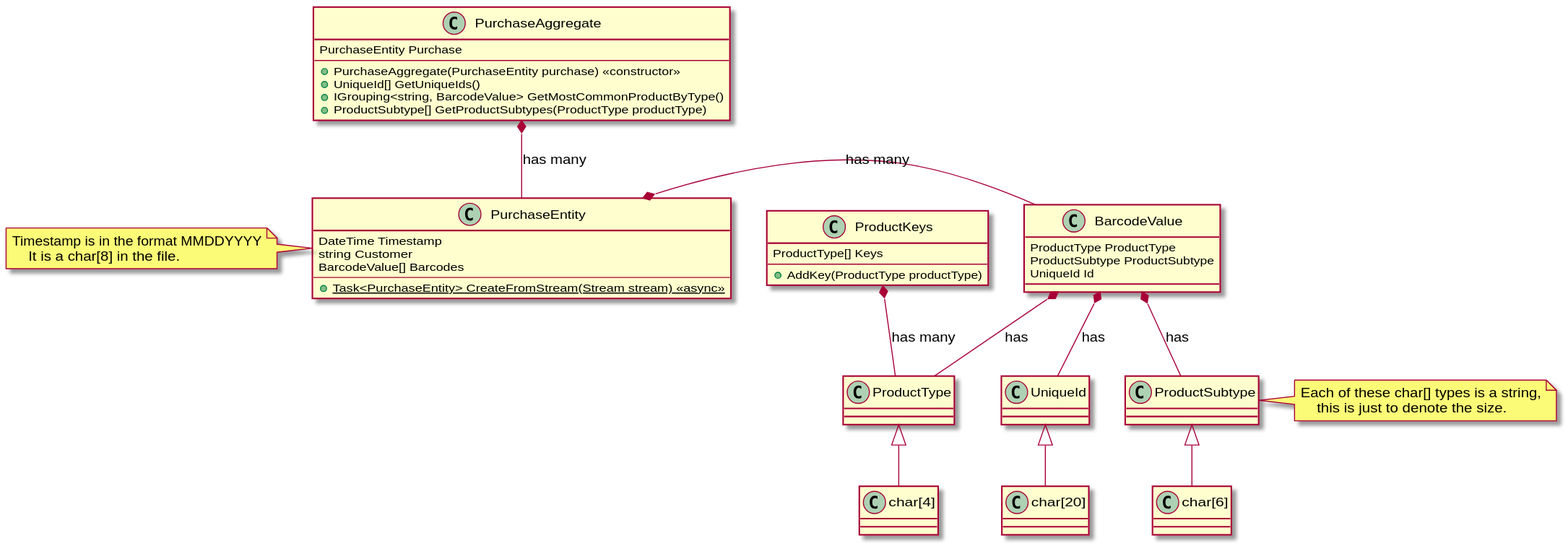
Above: docs/classStructure.svg in aholmes/2020-InterviewRound3 (PlantUML), before the change.
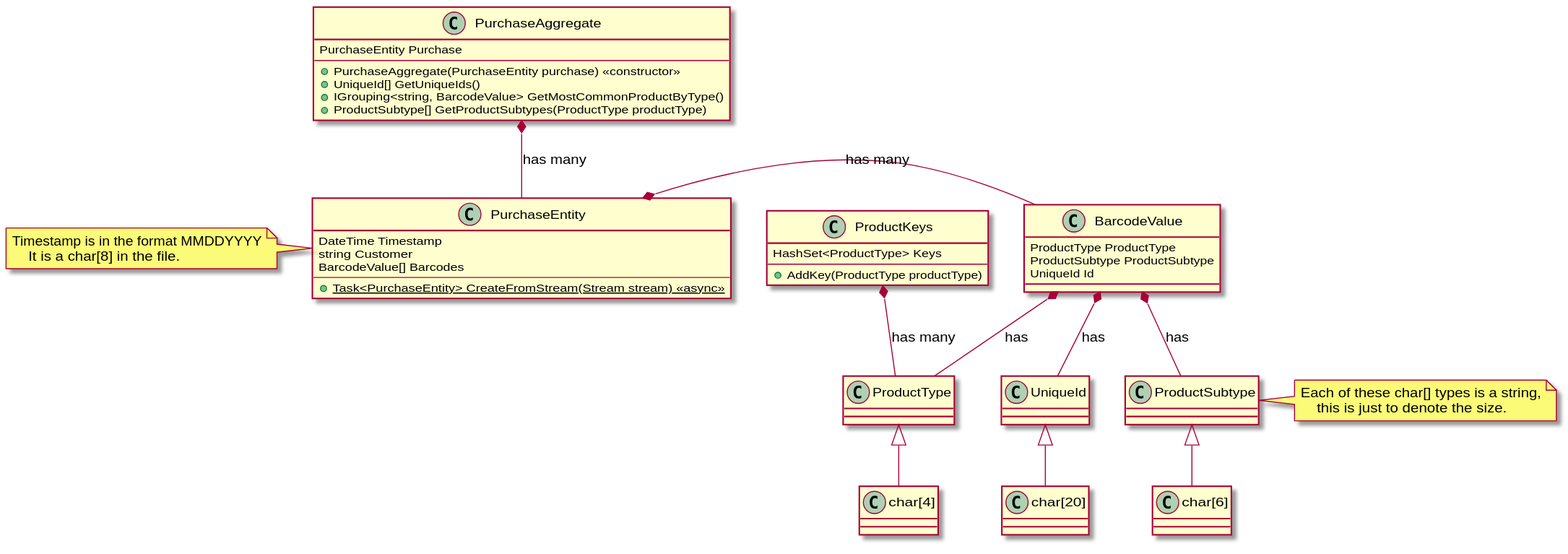
The same diagram one commit later.

Diff of the diagram source:
```diff
@@ -1,7 +1,7 @@
 @startuml
 
 class ProductKeys {
-    ProductType[] Keys
+    HashSet<ProductType> Keys
     --
     +AddKey(ProductType productType)
 }
```
